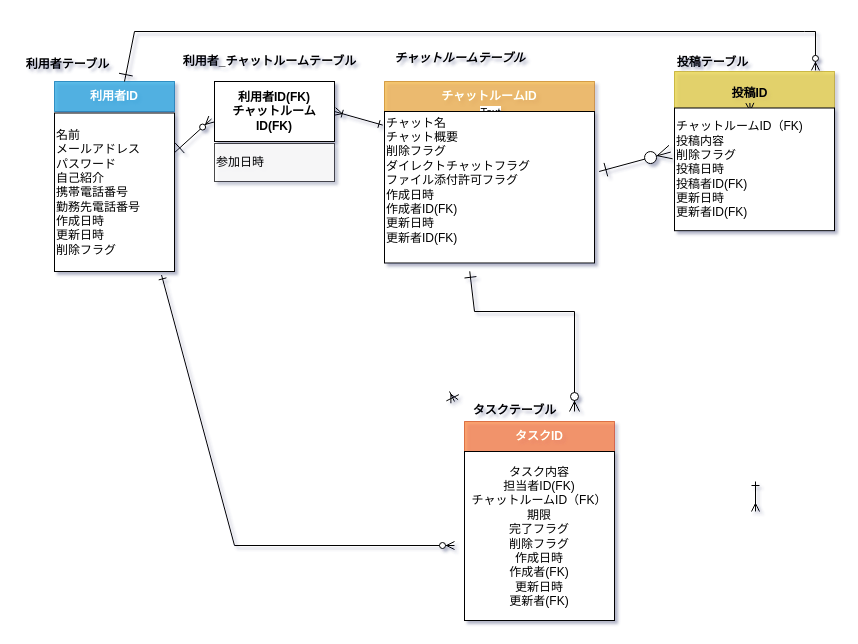
Yuina1012/quelcode-db keeps this draw.io diagram as db/db-challenge1/db-challenge1.drawio. Above is the earlier version. Source tidied: cells renumbered, new cells numbered last; positions are measured from the earlier drawing's top-left corner, leaving out a move shared by most shapes. Both pictures are drawn from the tidied source at 100%, with x=0, y=0 at pixel (17, 31).
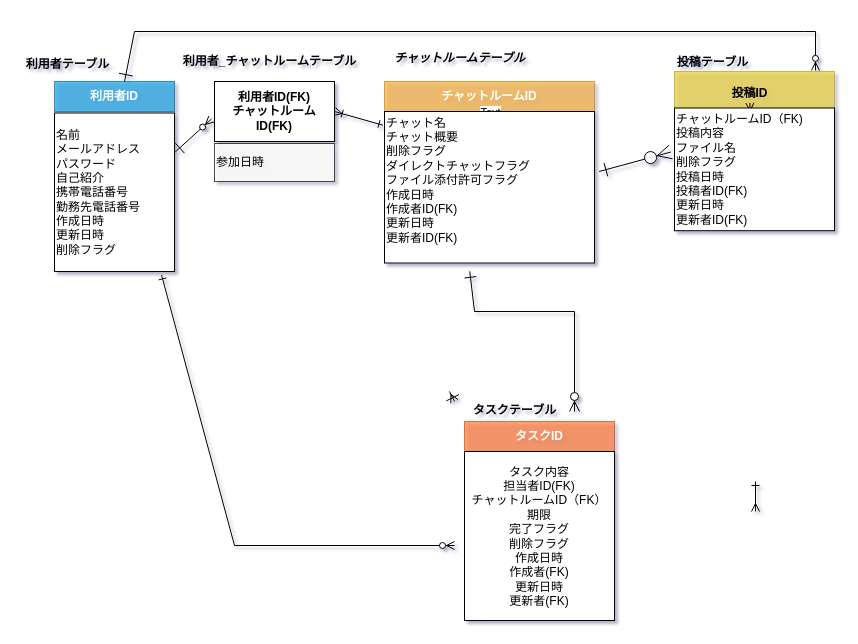
The same page after the edit.

Commit message:
投稿テーブル　ファイル名カラム追加(長田さんの指摘で、ER図に添付ファイル名を追加しましたが後ほど訂正指示がありましたので修正いたします。)

Unchanged cells that the change refers to:
```xml
<mxCell id="14" style="rounded=0;whiteSpace=wrap;html=1;fillColor=#e3c800;strokeColor=#B09500;fontColor=#ffffff;opacity=60;" parent="1" vertex="1">
  <mxGeometry x="657" y="40" width="160" height="157" as="geometry" />
</mxCell>
```

Change to the diagram source:
```diff
@@
-    <mxCell id="17" value="チャットルームID（FK)&lt;br&gt;投稿内容&lt;br&gt;削除フラグ&lt;br&gt;投稿日時&lt;br&gt;投稿者ID(FK)&lt;br&gt;更新日時&lt;br&gt;更新者ID(FK)" style="rounded=0;whiteSpace=wrap;html=1;align=left;" parent="14" vertex="1">
+    <mxCell id="17" value="チャットルームID（FK)&lt;br&gt;投稿内容&lt;br&gt;ファイル名&lt;br&gt;削除フラグ&lt;br&gt;投稿日時&lt;br&gt;投稿者ID(FK)&lt;br&gt;更新日時&lt;br&gt;更新者ID(FK)" style="rounded=0;whiteSpace=wrap;html=1;align=left;" parent="14" vertex="1">
       <mxGeometry y="36.5" width="160" height="122.7" as="geometry" />
     </mxCell>
```
